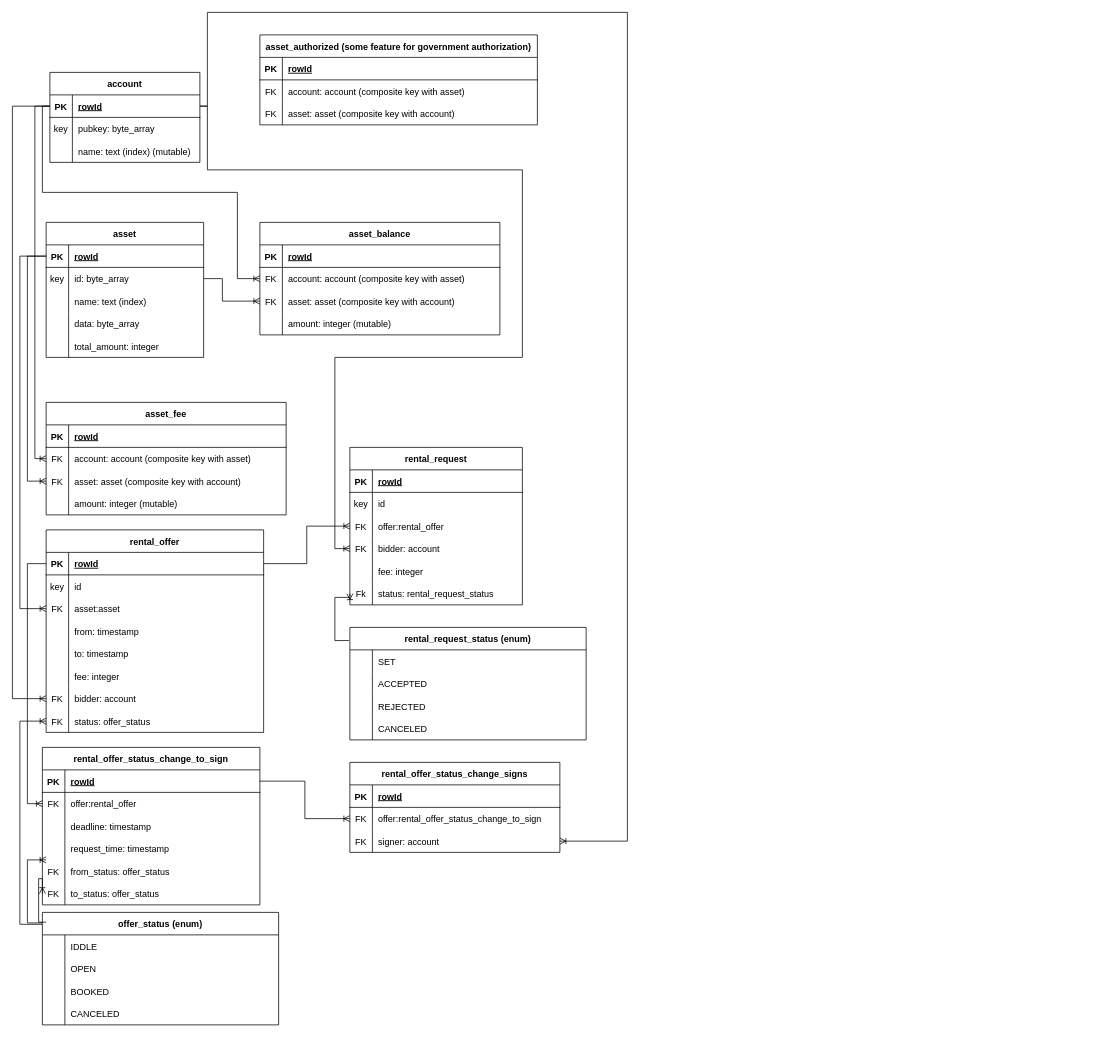
Before: schema.drawio in matCzelusniak/chromia-rent, a draw.io diagram. Source tidied: cells renumbered, new cells numbered last; positions are measured from the earlier drawing's top-left corner, leaving out a move shared by most shapes. Both pictures are drawn from the tidied source at 75%, with x=0, y=0 at pixel (12, 12).
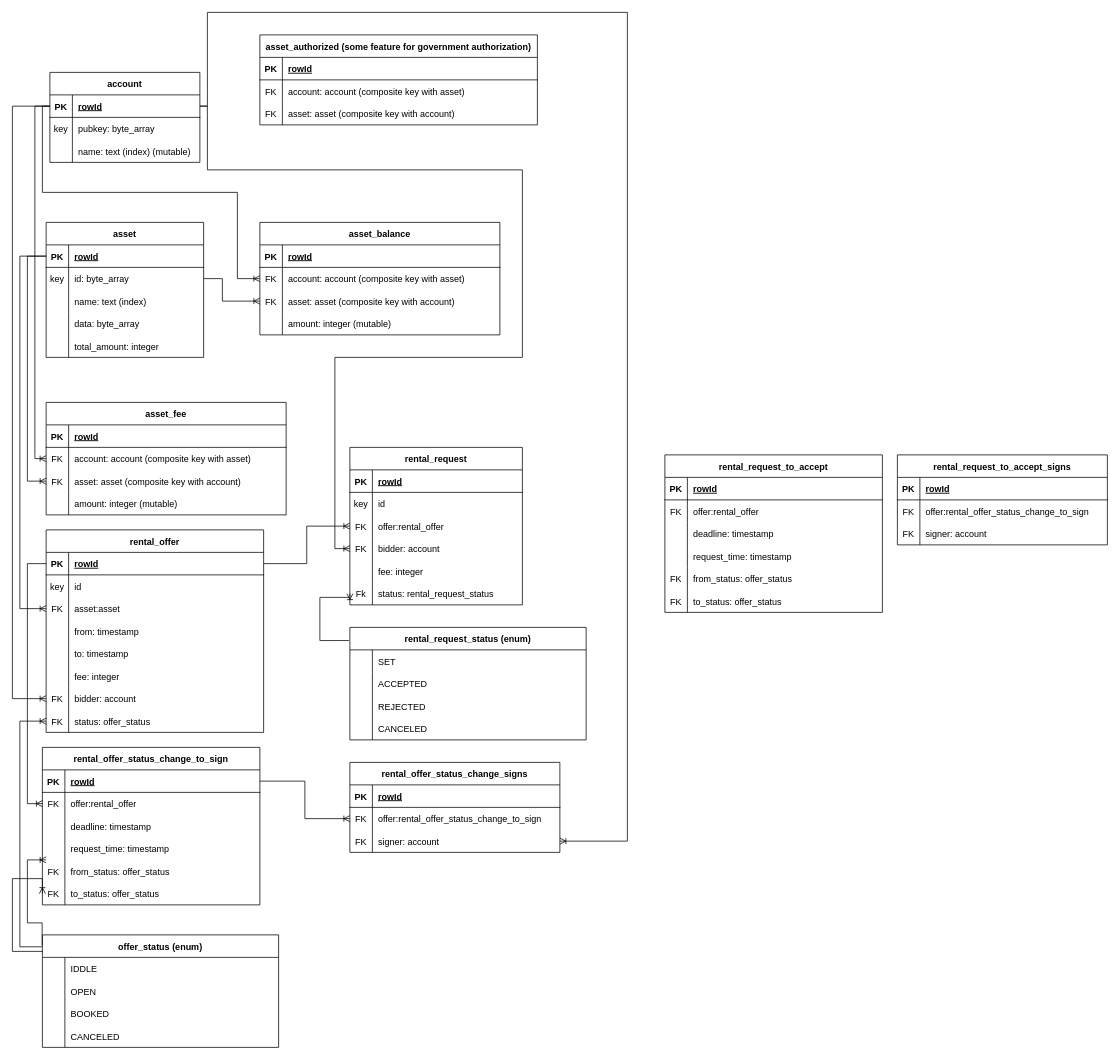
The same diagram, later.

Commit message:
modify rental request for multi wallet

Unchanged cells that the change refers to:
```xml
<mxCell id="90" style="shape=tableRow;horizontal=0;startSize=0;swimlaneHead=0;swimlaneBody=0;fillColor=none;points=[[0,0.5],[1,0.5]];portConstraint=eastwest;top=0;left=0;right=0;bottom=0;" parent="68" vertex="1">
  <mxGeometry y="240" width="290" height="30" as="geometry" />
</mxCell>
<mxCell id="109" style="shape=tableRow;horizontal=0;startSize=0;swimlaneHead=0;swimlaneBody=0;fillColor=none;points=[[0,0.5],[1,0.5]];portConstraint=eastwest;top=0;left=0;right=0;bottom=0;" parent="93" vertex="1">
  <mxGeometry y="180" width="230" height="30" as="geometry" />
</mxCell>
<mxCell id="141" style="shape=tableRow;horizontal=0;startSize=0;swimlaneHead=0;swimlaneBody=0;fillColor=none;points=[[0,0.5],[1,0.5]];portConstraint=eastwest;top=0;left=0;right=0;bottom=0;" parent="125" vertex="1">
  <mxGeometry y="180" width="290" height="30" as="geometry" />
</mxCell>
<mxCell id="154" value="rental_request_status (enum)" style="shape=table;startSize=30;childLayout=tableLayout;rowLines=0;fontStyle=1;align=center;" parent="1" vertex="1">
  <mxGeometry x="450" y="820" width="315" height="150" as="geometry" />
</mxCell>
```

What changed in the source:
```diff
@@
     <mxCell id="112" value="offer_status (enum)" style="shape=table;startSize=30;childLayout=tableLayout;rowLines=0;fontStyle=1;align=center;" parent="1" vertex="1">
-      <mxGeometry x="40" y="1200" width="315" height="150" as="geometry" />
+      <mxGeometry x="40" y="1230" width="315" height="150" as="geometry" />
     </mxCell>
@@
     <mxCell id="168" style="edgeStyle=orthogonalEdgeStyle;fontSize=12;html=1;endArrow=ERoneToMany;rounded=0;exitX=-0.004;exitY=0.117;exitDx=0;exitDy=0;exitPerimeter=0;entryX=0;entryY=0.5;entryDx=0;entryDy=0;" parent="1" edge="1" source="154" target="109">
       <mxGeometry relative="1" as="geometry">
         <Array as="points">
-          <mxPoint x="430" y="838" />
-          <mxPoint x="430" y="780" />
+          <mxPoint x="410" y="838" />
+          <mxPoint x="410" y="780" />
           <mxPoint x="450" y="780" />
         </Array>
       </mxGeometry>
     </mxCell>
@@
-    <mxCell id="172" style="edgeStyle=orthogonalEdgeStyle;fontSize=12;html=1;endArrow=ERoneToMany;rounded=0;entryX=0;entryY=0.5;entryDx=0;entryDy=0;" parent="1" edge="1" target="141">
+    <mxCell id="172" style="edgeStyle=orthogonalEdgeStyle;fontSize=12;html=1;endArrow=ERoneToMany;rounded=0;entryX=0;entryY=0.5;entryDx=0;entryDy=0;exitX=-0.001;exitY=0.154;exitDx=0;exitDy=0;exitPerimeter=0;" parent="1" edge="1" source="112" target="141">
       <mxGeometry relative="1" as="geometry">
-        <mxPoint x="45" y="1213" as="sourcePoint" />
         <Array as="points">
-          <mxPoint x="35" y="1213" />
-          <mxPoint x="35" y="1155" />
+          <mxPoint x="40" y="1252" />
+          <mxPoint y="1252" />
+          <mxPoint y="1155" />
+          <mxPoint x="40" y="1155" />
         </Array>
       </mxGeometry>
     </mxCell>
@@
     <mxCell id="177" style="edgeStyle=orthogonalEdgeStyle;fontSize=12;html=1;endArrow=ERoneToMany;rounded=0;exitX=-0.001;exitY=0.106;exitDx=0;exitDy=0;exitPerimeter=0;entryX=0;entryY=0.5;entryDx=0;entryDy=0;" parent="1" edge="1" source="112" target="90">
       <mxGeometry relative="1" as="geometry">
         <Array as="points">
-          <mxPoint x="10" y="1216" />
+          <mxPoint x="10" y="1246" />
           <mxPoint x="10" y="945" />
         </Array>
       </mxGeometry>
     </mxCell>
+    <mxCell id="178" value="rental_request_to_accept" style="shape=table;startSize=30;childLayout=tableLayout;rowLines=0;fontStyle=1;align=center;" parent="1" vertex="1">
+      <mxGeometry x="870" y="590" width="290" height="210" as="geometry" />
+    </mxCell>
+    <mxCell id="179" style="shape=tableRow;horizontal=0;startSize=0;swimlaneHead=0;swimlaneBody=0;fillColor=none;top=0;left=0;right=0;bottom=1;" parent="178" vertex="1">
+      <mxGeometry y="30" width="290" height="30" as="geometry" />
+    </mxCell>
+    <mxCell id="180" value="PK" style="shape=partialRectangle;fillColor=none;top=0;left=0;bottom=0;right=0;fontStyle=1;overflow=hidden;" parent="179" vertex="1">
+      <mxGeometry width="30" height="30" as="geometry" />
+    </mxCell>
+    <mxCell id="181" value="rowId" style="shape=partialRectangle;fillColor=none;top=0;left=0;bottom=0;right=0;align=left;spacingLeft=6;fontStyle=5;overflow=hidden;" parent="179" vertex="1">
+      <mxGeometry x="30" width="260" height="30" as="geometry" />
+    </mxCell>
+    <mxCell id="182" style="shape=tableRow;horizontal=0;startSize=0;swimlaneHead=0;swimlaneBody=0;fillColor=none;top=0;left=0;right=0;bottom=0;" parent="178" vertex="1">
+      <mxGeometry y="60" width="290" height="30" as="geometry" />
+    </mxCell>
+    <mxCell id="183" value="FK" style="shape=partialRectangle;fillColor=none;top=0;left=0;bottom=0;right=0;overflow=hidden;" parent="182" vertex="1">
+      <mxGeometry width="30" height="30" as="geometry" />
+    </mxCell>
+    <mxCell id="184" value="offer:rental_offer" style="shape=partialRectangle;fillColor=none;top=0;left=0;bottom=0;right=0;align=left;spacingLeft=6;overflow=hidden;" parent="182" vertex="1">
+      <mxGeometry x="30" width="260" height="30" as="geometry" />
+    </mxCell>
+    <mxCell id="185" style="shape=tableRow;horizontal=0;startSize=0;swimlaneHead=0;swimlaneBody=0;fillColor=none;top=0;left=0;right=0;bottom=0;" parent="178" vertex="1">
+      <mxGeometry y="90" width="290" height="30" as="geometry" />
+    </mxCell>
+    <mxCell id="186" style="shape=partialRectangle;fillColor=none;top=0;left=0;bottom=0;right=0;overflow=hidden;" parent="185" vertex="1">
+      <mxGeometry width="30" height="30" as="geometry" />
+    </mxCell>
+    <mxCell id="187" value="deadline: timestamp" style="shape=partialRectangle;fillColor=none;top=0;left=0;bottom=0;right=0;align=left;spacingLeft=6;overflow=hidden;" parent="185" vertex="1">
+      <mxGeometry x="30" width="260" height="30" as="geometry" />
+    </mxCell>
+    <mxCell id="188" style="shape=tableRow;horizontal=0;startSize=0;swimlaneHead=0;swimlaneBody=0;fillColor=none;top=0;left=0;right=0;bottom=0;" parent="178" vertex="1">
+      <mxGeometry y="120" width="290" height="30" as="geometry" />
+    </mxCell>
+    <mxCell id="189" style="shape=partialRectangle;fillColor=none;top=0;left=0;bottom=0;right=0;overflow=hidden;" parent="188" vertex="1">
+      <mxGeometry width="30" height="30" as="geometry" />
+    </mxCell>
+    <mxCell id="190" value="request_time: timestamp" style="shape=partialRectangle;fillColor=none;top=0;left=0;bottom=0;right=0;align=left;spacingLeft=6;overflow=hidden;" parent="188" vertex="1">
+      <mxGeometry x="30" width="260" height="30" as="geometry" />
+    </mxCell>
+    <mxCell id="191" style="shape=tableRow;horizontal=0;startSize=0;swimlaneHead=0;swimlaneBody=0;fillColor=none;top=0;left=0;right=0;bottom=0;" parent="178" vertex="1">
+      <mxGeometry y="150" width="290" height="30" as="geometry" />
+    </mxCell>
+    <mxCell id="192" value="FK" style="shape=partialRectangle;fillColor=none;top=0;left=0;bottom=0;right=0;overflow=hidden;" parent="191" vertex="1">
+      <mxGeometry width="30" height="30" as="geometry" />
+    </mxCell>
+    <mxCell id="193" value="from_status: offer_status" style="shape=partialRectangle;fillColor=none;top=0;left=0;bottom=0;right=0;align=left;spacingLeft=6;overflow=hidden;" parent="191" vertex="1">
+      <mxGeometry x="30" width="260" height="30" as="geometry" />
+    </mxCell>
+    <mxCell id="194" style="shape=tableRow;horizontal=0;startSize=0;swimlaneHead=0;swimlaneBody=0;fillColor=none;top=0;left=0;right=0;bottom=0;" parent="178" vertex="1">
+      <mxGeometry y="180" width="290" height="30" as="geometry" />
+    </mxCell>
+    <mxCell id="195" value="FK" style="shape=partialRectangle;fillColor=none;top=0;left=0;bottom=0;right=0;overflow=hidden;" parent="194" vertex="1">
+      <mxGeometry width="30" height="30" as="geometry" />
+    </mxCell>
+    <mxCell id="196" value="to_status: offer_status" style="shape=partialRectangle;fillColor=none;top=0;left=0;bottom=0;right=0;align=left;spacingLeft=6;overflow=hidden;" parent="194" vertex="1">
+      <mxGeometry x="30" width="260" height="30" as="geometry" />
+    </mxCell>
+    <mxCell id="197" value="rental_request_to_accept_signs" style="shape=table;startSize=30;childLayout=tableLayout;rowLines=0;fontStyle=1;align=center;" parent="1" vertex="1">
+      <mxGeometry x="1180" y="590" width="280" height="120" as="geometry" />
+    </mxCell>
+    <mxCell id="198" style="shape=tableRow;horizontal=0;startSize=0;swimlaneHead=0;swimlaneBody=0;fillColor=none;top=0;left=0;right=0;bottom=1;" parent="197" vertex="1">
+      <mxGeometry y="30" width="280" height="30" as="geometry" />
+    </mxCell>
+    <mxCell id="199" value="PK" style="shape=partialRectangle;fillColor=none;top=0;left=0;bottom=0;right=0;fontStyle=1;overflow=hidden;" parent="198" vertex="1">
+      <mxGeometry width="30" height="30" as="geometry" />
+    </mxCell>
+    <mxCell id="200" value="rowId" style="shape=partialRectangle;fillColor=none;top=0;left=0;bottom=0;right=0;align=left;spacingLeft=6;fontStyle=5;overflow=hidden;" parent="198" vertex="1">
+      <mxGeometry x="30" width="250" height="30" as="geometry" />
+    </mxCell>
+    <mxCell id="201" style="shape=tableRow;horizontal=0;startSize=0;swimlaneHead=0;swimlaneBody=0;fillColor=none;top=0;left=0;right=0;bottom=0;" parent="197" vertex="1">
+      <mxGeometry y="60" width="280" height="30" as="geometry" />
+    </mxCell>
+    <mxCell id="202" value="FK" style="shape=partialRectangle;fillColor=none;top=0;left=0;bottom=0;right=0;overflow=hidden;" parent="201" vertex="1">
+      <mxGeometry width="30" height="30" as="geometry" />
+    </mxCell>
+    <mxCell id="203" value="offer:rental_offer_status_change_to_sign" style="shape=partialRectangle;fillColor=none;top=0;left=0;bottom=0;right=0;align=left;spacingLeft=6;overflow=hidden;" parent="201" vertex="1">
+      <mxGeometry x="30" width="250" height="30" as="geometry" />
+    </mxCell>
+    <mxCell id="204" style="shape=tableRow;horizontal=0;startSize=0;swimlaneHead=0;swimlaneBody=0;fillColor=none;top=0;left=0;right=0;bottom=0;" parent="197" vertex="1">
+      <mxGeometry y="90" width="280" height="30" as="geometry" />
+    </mxCell>
+    <mxCell id="205" value="FK" style="shape=partialRectangle;fillColor=none;top=0;left=0;bottom=0;right=0;overflow=hidden;" parent="204" vertex="1">
+      <mxGeometry width="30" height="30" as="geometry" />
+    </mxCell>
+    <mxCell id="206" value="signer: account" style="shape=partialRectangle;fillColor=none;top=0;left=0;bottom=0;right=0;align=left;spacingLeft=6;overflow=hidden;" parent="204" vertex="1">
+      <mxGeometry x="30" width="250" height="30" as="geometry" />
+    </mxCell>
```
